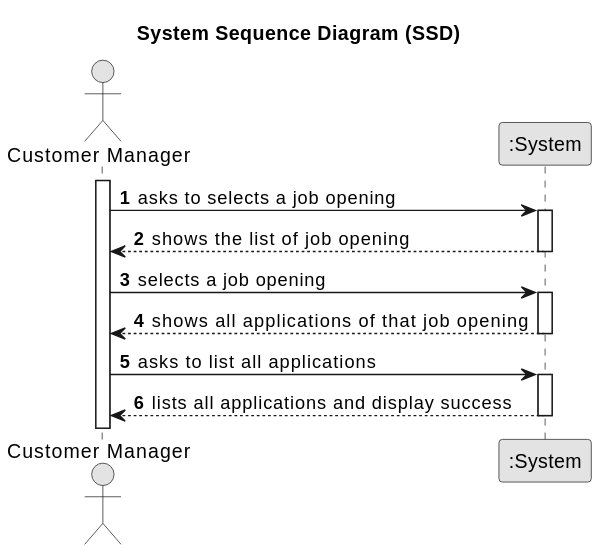
This is docs/SprintB/1005/1005-system-sequence-diagram.svg from MiguelCardoso77/LAPR4, a PlantUML export, as it was before one commit.
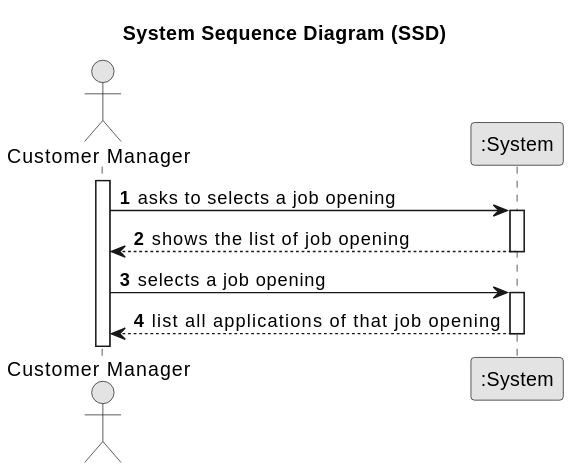
Above is the later version.

The edit, as a diff of the source:
```diff
@@ -21,15 +21,6 @@
     CM -> System : selects a job opening
     activate System
 
-    System --> CM : shows all applications of that  job opening
+    System --> CM : list all applications of that  job opening
     deactivate System
-
-    CM -> System : asks to list all applications
-    activate System
-
-    System --> CM :lists all applications and display success
-    deactivate System
-
-
-        deactivate System
 @enduml
```
